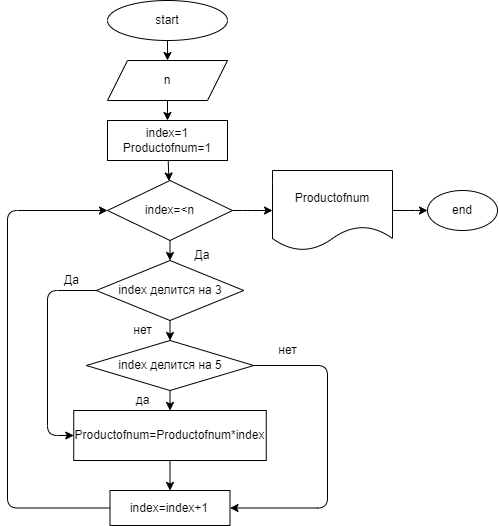
The draw.io diagram task1.drawio.png in daria9408/daria9408, before a commit. Source tidied: cells renumbered, new cells last; positions are measured from the earlier drawing's top-left corner, leaving out a move shared by most shapes. Its diagram source:
```xml
<mxGraphModel>
  <root>
    <mxCell id="0" />
    <mxCell id="1" parent="0" />
    <mxCell id="2" style="edgeStyle=none;html=1;" parent="1" edge="1" source="3" target="5">
      <mxGeometry relative="1" as="geometry" />
    </mxCell>
    <mxCell id="3" value="start" style="ellipse;whiteSpace=wrap;html=1;" parent="1" vertex="1">
      <mxGeometry x="100" width="120" height="40" as="geometry" />
    </mxCell>
    <mxCell id="4" style="edgeStyle=none;html=1;" parent="1" edge="1" source="5" target="7">
      <mxGeometry relative="1" as="geometry" />
    </mxCell>
    <mxCell id="5" value="n" style="shape=parallelogram;perimeter=parallelogramPerimeter;whiteSpace=wrap;html=1;fixedSize=1;" parent="1" vertex="1">
      <mxGeometry x="100" y="60" width="120" height="40" as="geometry" />
    </mxCell>
    <mxCell id="6" style="edgeStyle=none;html=1;" parent="1" edge="1" source="7" target="10">
      <mxGeometry relative="1" as="geometry" />
    </mxCell>
    <mxCell id="7" value="index=1&lt;br&gt;Productofnum=1" style="whiteSpace=wrap;html=1;" parent="1" vertex="1">
      <mxGeometry x="100" y="120" width="120" height="40" as="geometry" />
    </mxCell>
    <mxCell id="8" style="edgeStyle=none;html=1;" parent="1" edge="1" source="10" target="13">
      <mxGeometry relative="1" as="geometry" />
    </mxCell>
    <mxCell id="9" style="edgeStyle=elbowEdgeStyle;html=1;exitX=1;exitY=0.5;exitDx=0;exitDy=0;entryX=0;entryY=0.5;entryDx=0;entryDy=0;" parent="1" edge="1" source="10" target="27">
      <mxGeometry relative="1" as="geometry" />
    </mxCell>
    <mxCell id="10" value="index=&amp;lt;n" style="rhombus;whiteSpace=wrap;html=1;" parent="1" vertex="1">
      <mxGeometry x="100" y="180" width="125" height="60" as="geometry" />
    </mxCell>
    <mxCell id="11" style="edgeStyle=none;html=1;" parent="1" edge="1" source="13" target="16">
      <mxGeometry relative="1" as="geometry" />
    </mxCell>
    <mxCell id="12" style="edgeStyle=elbowEdgeStyle;html=1;exitX=0;exitY=0.5;exitDx=0;exitDy=0;entryX=0;entryY=0.5;entryDx=0;entryDy=0;" parent="1" edge="1" source="13" target="18">
      <mxGeometry relative="1" as="geometry">
        <Array as="points">
          <mxPoint x="40" y="360" />
        </Array>
      </mxGeometry>
    </mxCell>
    <mxCell id="13" value="index делится на 3" style="rhombus;whiteSpace=wrap;html=1;" parent="1" vertex="1">
      <mxGeometry x="88.8" y="260" width="147.5" height="60" as="geometry" />
    </mxCell>
    <mxCell id="14" style="edgeStyle=none;html=1;" parent="1" edge="1" source="16" target="18">
      <mxGeometry relative="1" as="geometry" />
    </mxCell>
    <mxCell id="15" style="edgeStyle=elbowEdgeStyle;html=1;exitX=0.963;exitY=0.5;exitDx=0;exitDy=0;entryX=1;entryY=0.5;entryDx=0;entryDy=0;exitPerimeter=0;" parent="1" edge="1" source="16" target="20">
      <mxGeometry relative="1" as="geometry">
        <Array as="points">
          <mxPoint x="320" y="440" />
        </Array>
      </mxGeometry>
    </mxCell>
    <mxCell id="16" value="index делится на 5" style="rhombus;whiteSpace=wrap;html=1;" parent="1" vertex="1">
      <mxGeometry x="78.8" y="340" width="167.5" height="50" as="geometry" />
    </mxCell>
    <mxCell id="17" style="edgeStyle=none;html=1;" parent="1" edge="1" source="18" target="20">
      <mxGeometry relative="1" as="geometry" />
    </mxCell>
    <mxCell id="18" value="Productofnum=Productofnum*index" style="whiteSpace=wrap;html=1;" parent="1" vertex="1">
      <mxGeometry x="66.2" y="410" width="192.5" height="50" as="geometry" />
    </mxCell>
    <mxCell id="19" style="edgeStyle=elbowEdgeStyle;html=1;exitX=0;exitY=0.5;exitDx=0;exitDy=0;entryX=0;entryY=0.5;entryDx=0;entryDy=0;" parent="1" edge="1" source="20" target="10">
      <mxGeometry relative="1" as="geometry">
        <Array as="points">
          <mxPoint y="360" />
        </Array>
      </mxGeometry>
    </mxCell>
    <mxCell id="20" value="index=index+1" style="whiteSpace=wrap;html=1;" parent="1" vertex="1">
      <mxGeometry x="102.5" y="490" width="120" height="35" as="geometry" />
    </mxCell>
    <mxCell id="21" value="Да" style="text;html=1;strokeColor=none;fillColor=none;align=center;verticalAlign=middle;whiteSpace=wrap;rounded=0;" parent="1" vertex="1">
      <mxGeometry x="165" y="240" width="60" height="30" as="geometry" />
    </mxCell>
    <mxCell id="22" value="Да" style="text;html=1;align=center;verticalAlign=middle;strokeColor=none;fillColor=none;" parent="1" vertex="1">
      <mxGeometry x="48.8" y="270" width="30" height="20" as="geometry" />
    </mxCell>
    <mxCell id="23" value="нет" style="text;html=1;align=center;verticalAlign=middle;strokeColor=none;fillColor=none;" parent="1" vertex="1">
      <mxGeometry x="120" y="320" width="30" height="20" as="geometry" />
    </mxCell>
    <mxCell id="24" value="да" style="text;html=1;align=center;verticalAlign=middle;strokeColor=none;fillColor=none;" parent="1" vertex="1">
      <mxGeometry x="120" y="390" width="30" height="20" as="geometry" />
    </mxCell>
    <mxCell id="25" value="нет" style="text;html=1;align=center;verticalAlign=middle;strokeColor=none;fillColor=none;" parent="1" vertex="1">
      <mxGeometry x="265" y="340" width="30" height="20" as="geometry" />
    </mxCell>
    <mxCell id="26" style="edgeStyle=elbowEdgeStyle;html=1;" parent="1" edge="1" source="27" target="28">
      <mxGeometry relative="1" as="geometry" />
    </mxCell>
    <mxCell id="27" value="Productofnum" style="shape=document;whiteSpace=wrap;html=1;boundedLbl=1;" parent="1" vertex="1">
      <mxGeometry x="265" y="170" width="120" height="80" as="geometry" />
    </mxCell>
    <mxCell id="28" value="end" style="ellipse;whiteSpace=wrap;html=1;" parent="1" vertex="1">
      <mxGeometry x="420" y="190" width="70" height="40" as="geometry" />
    </mxCell>
  </root>
</mxGraphModel>
```
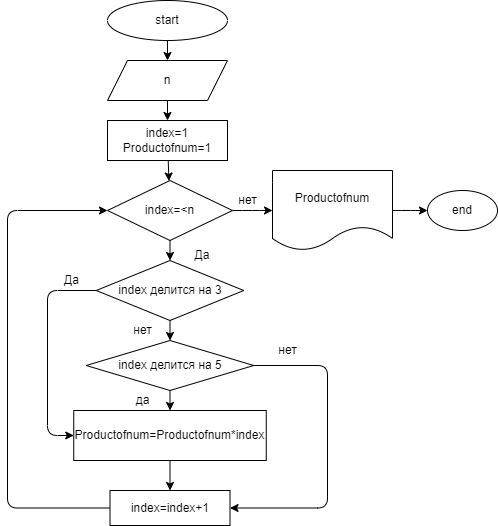
After the commit.

Commit message:
исп. доб. вар. нет в осн. усл

What changed in the source:
```diff
@@ -95,5 +95,8 @@
     <mxCell id="28" value="end" style="ellipse;whiteSpace=wrap;html=1;" parent="1" vertex="1">
       <mxGeometry x="420" y="190" width="70" height="40" as="geometry" />
     </mxCell>
+    <mxCell id="29" value="нет" style="text;html=1;align=center;verticalAlign=middle;strokeColor=none;fillColor=none;" parent="1" vertex="1">
+      <mxGeometry x="225" y="190" width="30" height="20" as="geometry" />
+    </mxCell>
   </root>
 </mxGraphModel>
```
